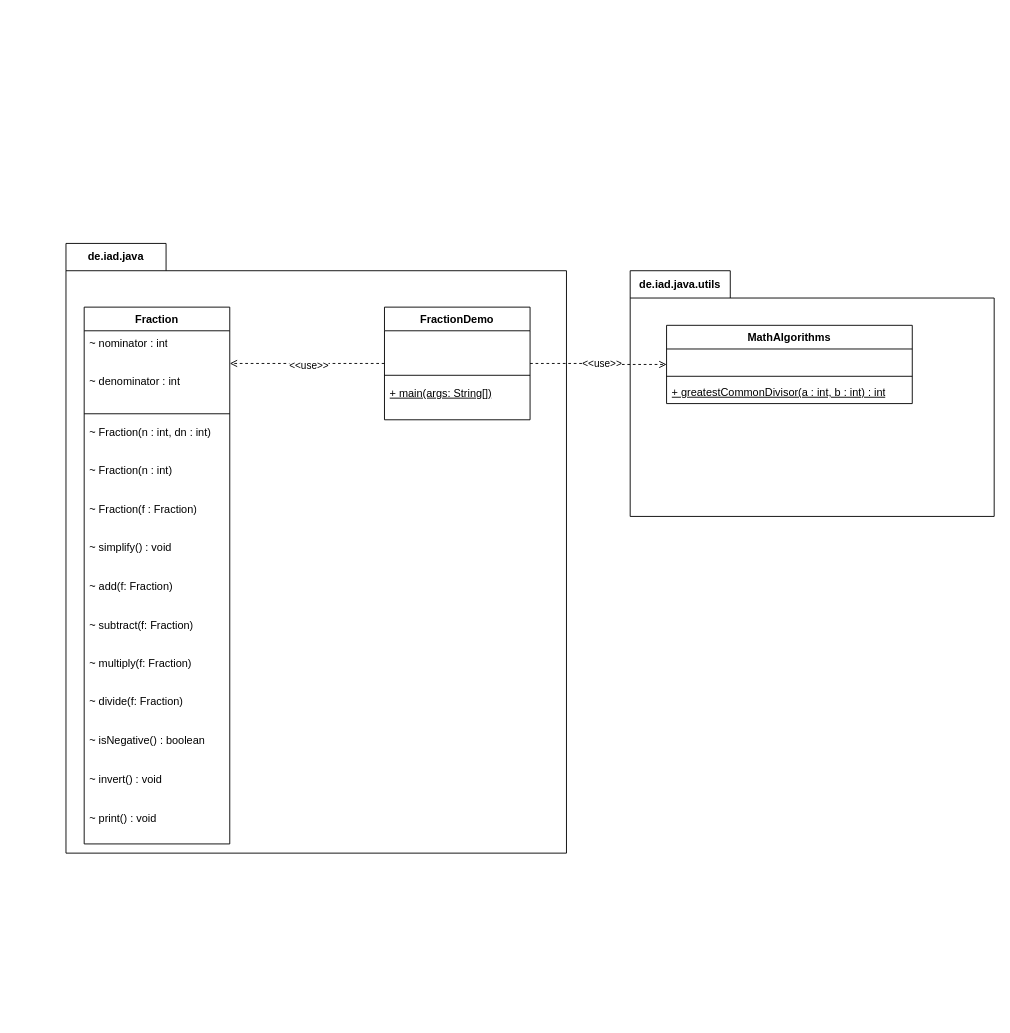
Earlier version of the draw.io diagram unterlagen/018-UML-Diagramme.drawio (KSchenker/java-fundamentals-october-2024). Source tidied: cells renumbered, new cells numbered last; positions are measured from the earlier drawing's top-left corner, leaving out a move shared by most shapes. Both pictures are drawn from the tidied source at 91%, with x=0, y=0 at pixel (66, 243).
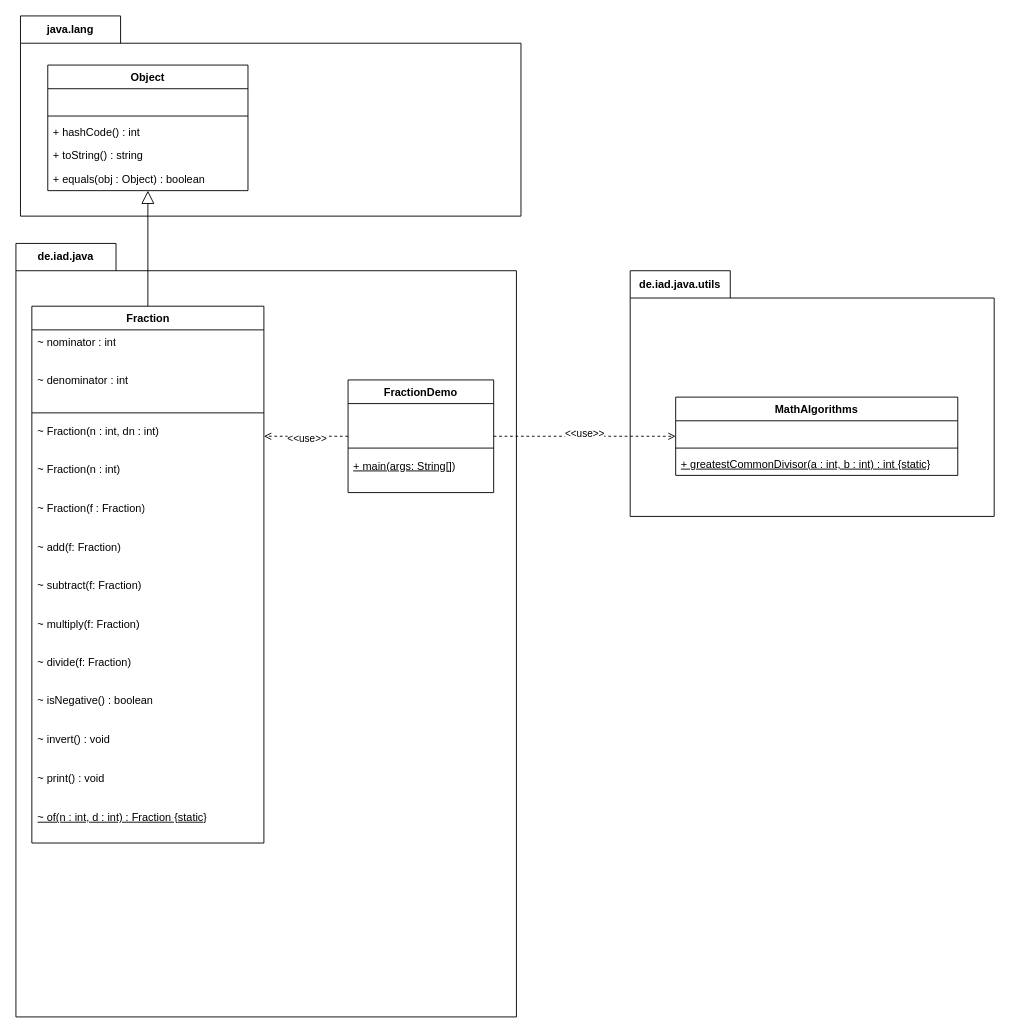
Above is the later version.

Unchanged cells that the change refers to:
```xml
<mxCell id="2" value="de.iad.java.utils" style="shape=folder;fontStyle=1;tabWidth=110;tabHeight=30;tabPosition=left;html=1;boundedLbl=1;labelInHeader=1;whiteSpace=wrap;" parent="1" vertex="1">
  <mxGeometry x="620" y="30" width="400" height="270" as="geometry" />
</mxCell>
```

Diff of the diagram source:
```diff
@@
     <mxCell id="4" value="MathAlgorithms" style="swimlane;fontStyle=1;align=center;verticalAlign=top;horizontal=1;startSize=26;whiteSpace=wrap;html=1;" parent="2" vertex="1">
-      <mxGeometry x="40" y="60" width="270" height="86" as="geometry" />
+      <mxGeometry x="50" y="138.9" width="310" height="86" as="geometry" />
     </mxCell>
     <mxCell id="5" value="&amp;nbsp;" style="text;strokeColor=none;fillColor=none;align=left;verticalAlign=top;spacingLeft=4;spacingRight=4;overflow=hidden;whiteSpace=wrap;html=1;" parent="4" vertex="1">
-      <mxGeometry y="26" width="270" height="26" as="geometry" />
+      <mxGeometry y="26" width="310" height="26" as="geometry" />
     </mxCell>
     <mxCell id="6" style="line;strokeWidth=1;fillColor=none;align=left;verticalAlign=middle;spacingTop=-1;spacingLeft=3;spacingRight=3;labelPosition=right;strokeColor=inherit;" parent="4" vertex="1">
-      <mxGeometry y="52" width="270" height="8" as="geometry" />
+      <mxGeometry y="52" width="310" height="8" as="geometry" />
     </mxCell>
-    <mxCell id="7" value="&lt;u&gt;+ greatestCommonDivisor(a : int, b : int) : int&lt;/u&gt;" style="text;strokeColor=none;fillColor=none;align=left;verticalAlign=top;spacingLeft=4;spacingRight=4;overflow=hidden;whiteSpace=wrap;html=1;" parent="4" vertex="1">
-      <mxGeometry y="60" width="270" height="26" as="geometry" />
+    <mxCell id="7" value="&lt;u&gt;+ greatestCommonDivisor(a : int, b : int) : int {static}&lt;/u&gt;" style="text;strokeColor=none;fillColor=none;align=left;verticalAlign=top;spacingLeft=4;spacingRight=4;overflow=hidden;whiteSpace=wrap;html=1;" parent="4" vertex="1">
+      <mxGeometry y="60" width="310" height="26" as="geometry" />
     </mxCell>
     <mxCell id="8" value="de.iad.java" style="shape=folder;fontStyle=1;tabWidth=110;tabHeight=30;tabPosition=left;html=1;boundedLbl=1;labelInHeader=1;whiteSpace=wrap;" parent="1" vertex="1">
-      <mxGeometry width="550" height="670" as="geometry" />
+      <mxGeometry x="-55" width="550" height="850" as="geometry" />
     </mxCell>
     <mxCell id="9" value="Fraction" style="swimlane;fontStyle=1;align=center;verticalAlign=top;horizontal=1;startSize=26;whiteSpace=wrap;html=1;" parent="8" vertex="1">
-      <mxGeometry x="20" y="70" width="160" height="589.9" as="geometry" />
+      <mxGeometry x="17.5" y="69" width="255" height="589.9" as="geometry" />
     </mxCell>
     <mxCell id="10" value="~ nominator : int" style="text;strokeColor=none;fillColor=none;align=left;verticalAlign=top;spacingLeft=4;spacingRight=4;overflow=hidden;whiteSpace=wrap;html=1;" parent="9" vertex="1">
-      <mxGeometry y="26" width="160" height="42.4" as="geometry" />
+      <mxGeometry y="26" width="255" height="42.4" as="geometry" />
     </mxCell>
     <mxCell id="11" value="~ denominator : int" style="text;strokeColor=none;fillColor=none;align=left;verticalAlign=top;spacingLeft=4;spacingRight=4;overflow=hidden;whiteSpace=wrap;html=1;" parent="9" vertex="1">
-      <mxGeometry y="68.4" width="160" height="42.4" as="geometry" />
+      <mxGeometry y="68.4" width="255" height="42.4" as="geometry" />
     </mxCell>
     <mxCell id="12" style="line;strokeWidth=1;fillColor=none;align=left;verticalAlign=middle;spacingTop=-1;spacingLeft=3;spacingRight=3;labelPosition=right;strokeColor=inherit;" parent="9" vertex="1">
-      <mxGeometry y="110.7" width="160" height="13" as="geometry" />
+      <mxGeometry y="110.7" width="255" height="13" as="geometry" />
     </mxCell>
     <mxCell id="13" value="~ Fraction(n : int, dn : int)" style="text;strokeColor=none;fillColor=none;align=left;verticalAlign=top;spacingLeft=4;spacingRight=4;overflow=hidden;whiteSpace=wrap;html=1;" parent="9" vertex="1">
-      <mxGeometry y="123.8" width="160" height="42.4" as="geometry" />
+      <mxGeometry y="123.8" width="255" height="42.4" as="geometry" />
     </mxCell>
     <mxCell id="14" value="~ Fraction(n : int)" style="text;strokeColor=none;fillColor=none;align=left;verticalAlign=top;spacingLeft=4;spacingRight=4;overflow=hidden;whiteSpace=wrap;html=1;" parent="9" vertex="1">
-      <mxGeometry y="166.1" width="160" height="42.4" as="geometry" />
+      <mxGeometry y="166.1" width="255" height="42.4" as="geometry" />
     </mxCell>
     <mxCell id="15" value="~ Fraction(f : Fraction)" style="text;strokeColor=none;fillColor=none;align=left;verticalAlign=top;spacingLeft=4;spacingRight=4;overflow=hidden;whiteSpace=wrap;html=1;" parent="9" vertex="1">
-      <mxGeometry y="208.5" width="160" height="42.4" as="geometry" />
+      <mxGeometry y="208.5" width="255" height="42.4" as="geometry" />
     </mxCell>
-    <mxCell id="16" value="~ simplify() : void" style="text;strokeColor=none;fillColor=none;align=left;verticalAlign=top;spacingLeft=4;spacingRight=4;overflow=hidden;whiteSpace=wrap;html=1;" parent="9" vertex="1">
-      <mxGeometry y="250.9" width="160" height="42.4" as="geometry" />
-    </mxCell>
     <mxCell id="17" value="~ add(f: Fraction)" style="text;strokeColor=none;fillColor=none;align=left;verticalAlign=top;spacingLeft=4;spacingRight=4;overflow=hidden;whiteSpace=wrap;html=1;" parent="9" vertex="1">
-      <mxGeometry y="293.3" width="160" height="42.4" as="geometry" />
+      <mxGeometry y="250.9" width="255" height="42.4" as="geometry" />
     </mxCell>
     <mxCell id="18" value="~ subtract(f: Fraction)" style="text;strokeColor=none;fillColor=none;align=left;verticalAlign=top;spacingLeft=4;spacingRight=4;overflow=hidden;whiteSpace=wrap;html=1;" parent="9" vertex="1">
-      <mxGeometry y="335.6" width="160" height="42.4" as="geometry" />
+      <mxGeometry y="293.3" width="255" height="42.4" as="geometry" />
     </mxCell>
     <mxCell id="19" value="~ multiply(f: Fraction)" style="text;strokeColor=none;fillColor=none;align=left;verticalAlign=top;spacingLeft=4;spacingRight=4;overflow=hidden;whiteSpace=wrap;html=1;" parent="9" vertex="1">
-      <mxGeometry y="378" width="160" height="42.4" as="geometry" />
+      <mxGeometry y="335.6" width="255" height="42.4" as="geometry" />
     </mxCell>
     <mxCell id="20" value="~ divide(f: Fraction)" style="text;strokeColor=none;fillColor=none;align=left;verticalAlign=top;spacingLeft=4;spacingRight=4;overflow=hidden;whiteSpace=wrap;html=1;" parent="9" vertex="1">
-      <mxGeometry y="420.4" width="160" height="42.4" as="geometry" />
+      <mxGeometry y="378" width="255" height="42.4" as="geometry" />
     </mxCell>
     <mxCell id="21" value="~ isNegative() : boolean" style="text;strokeColor=none;fillColor=none;align=left;verticalAlign=top;spacingLeft=4;spacingRight=4;overflow=hidden;whiteSpace=wrap;html=1;" parent="9" vertex="1">
-      <mxGeometry y="462.7" width="160" height="42.4" as="geometry" />
+      <mxGeometry y="420.4" width="255" height="42.4" as="geometry" />
     </mxCell>
     <mxCell id="22" value="~ invert() : void" style="text;strokeColor=none;fillColor=none;align=left;verticalAlign=top;spacingLeft=4;spacingRight=4;overflow=hidden;whiteSpace=wrap;html=1;" parent="9" vertex="1">
-      <mxGeometry y="505.1" width="160" height="42.4" as="geometry" />
+      <mxGeometry y="462.7" width="255" height="42.4" as="geometry" />
     </mxCell>
     <mxCell id="23" value="~ print() : void" style="text;strokeColor=none;fillColor=none;align=left;verticalAlign=top;spacingLeft=4;spacingRight=4;overflow=hidden;whiteSpace=wrap;html=1;" parent="9" vertex="1">
-      <mxGeometry y="547.5" width="160" height="42.4" as="geometry" />
+      <mxGeometry y="505.1" width="255" height="42.4" as="geometry" />
     </mxCell>
+    <mxCell id="32" value="&lt;u&gt;~ of(n : int, d : int) : Fraction {static}&lt;/u&gt;" style="text;strokeColor=none;fillColor=none;align=left;verticalAlign=top;spacingLeft=4;spacingRight=4;overflow=hidden;whiteSpace=wrap;html=1;" parent="9" vertex="1">
+      <mxGeometry y="547.5" width="255" height="42.4" as="geometry" />
+    </mxCell>
     <mxCell id="24" style="edgeStyle=orthogonalEdgeStyle;rounded=0;jettySize=auto;html=1;dashed=1;endArrow=open;endFill=0;" parent="8" edge="1" source="26" target="9">
       <mxGeometry relative="1" as="geometry">
         <Array as="points">
-          <mxPoint x="230" y="132" />
-          <mxPoint x="230" y="132" />
+          <mxPoint x="455" y="260" />
         </Array>
       </mxGeometry>
     </mxCell>
@@
     <mxCell id="26" value="FractionDemo" style="swimlane;fontStyle=1;align=center;verticalAlign=top;horizontal=1;startSize=26;whiteSpace=wrap;html=1;" parent="8" vertex="1">
-      <mxGeometry x="350" y="70" width="160" height="123.8" as="geometry" />
+      <mxGeometry x="365" y="150" width="160" height="123.8" as="geometry" />
     </mxCell>
@@
+    <mxCell id="33" value="java.lang" style="shape=folder;fontStyle=1;tabWidth=110;tabHeight=30;tabPosition=left;html=1;boundedLbl=1;labelInHeader=1;whiteSpace=wrap;" parent="1" vertex="1">
+      <mxGeometry x="-50" y="-250" width="550" height="220" as="geometry" />
+    </mxCell>
+    <mxCell id="34" value="Object" style="swimlane;fontStyle=1;align=center;verticalAlign=top;horizontal=1;startSize=26;whiteSpace=wrap;html=1;" parent="33" vertex="1">
+      <mxGeometry x="30" y="54" width="220" height="138" as="geometry" />
+    </mxCell>
+    <mxCell id="35" value="&amp;nbsp;" style="text;strokeColor=none;fillColor=none;align=left;verticalAlign=top;spacingLeft=4;spacingRight=4;overflow=hidden;whiteSpace=wrap;html=1;" parent="34" vertex="1">
+      <mxGeometry y="26" width="220" height="26" as="geometry" />
+    </mxCell>
+    <mxCell id="36" style="line;strokeWidth=1;fillColor=none;align=left;verticalAlign=middle;spacingTop=-1;spacingLeft=3;spacingRight=3;labelPosition=right;strokeColor=inherit;" parent="34" vertex="1">
+      <mxGeometry y="52" width="220" height="8" as="geometry" />
+    </mxCell>
+    <mxCell id="37" value="+ hashCode() : int" style="text;strokeColor=none;fillColor=none;align=left;verticalAlign=top;spacingLeft=4;spacingRight=4;overflow=hidden;whiteSpace=wrap;html=1;" parent="34" vertex="1">
+      <mxGeometry y="60" width="220" height="26" as="geometry" />
+    </mxCell>
+    <mxCell id="38" value="+ toString() : string" style="text;strokeColor=none;fillColor=none;align=left;verticalAlign=top;spacingLeft=4;spacingRight=4;overflow=hidden;whiteSpace=wrap;html=1;" parent="34" vertex="1">
+      <mxGeometry y="86" width="220" height="26" as="geometry" />
+    </mxCell>
+    <mxCell id="39" value="+ equals(obj : Object) : boolean" style="text;strokeColor=none;fillColor=none;align=left;verticalAlign=top;spacingLeft=4;spacingRight=4;overflow=hidden;whiteSpace=wrap;html=1;" parent="34" vertex="1">
+      <mxGeometry y="112" width="220" height="26" as="geometry" />
+    </mxCell>
+    <mxCell id="40" style="endArrow=block;html=1;rounded=0;endFill=0;endSize=12;" parent="1" edge="1" source="9" target="34">
+      <mxGeometry relative="1" as="geometry" />
+    </mxCell>
```
